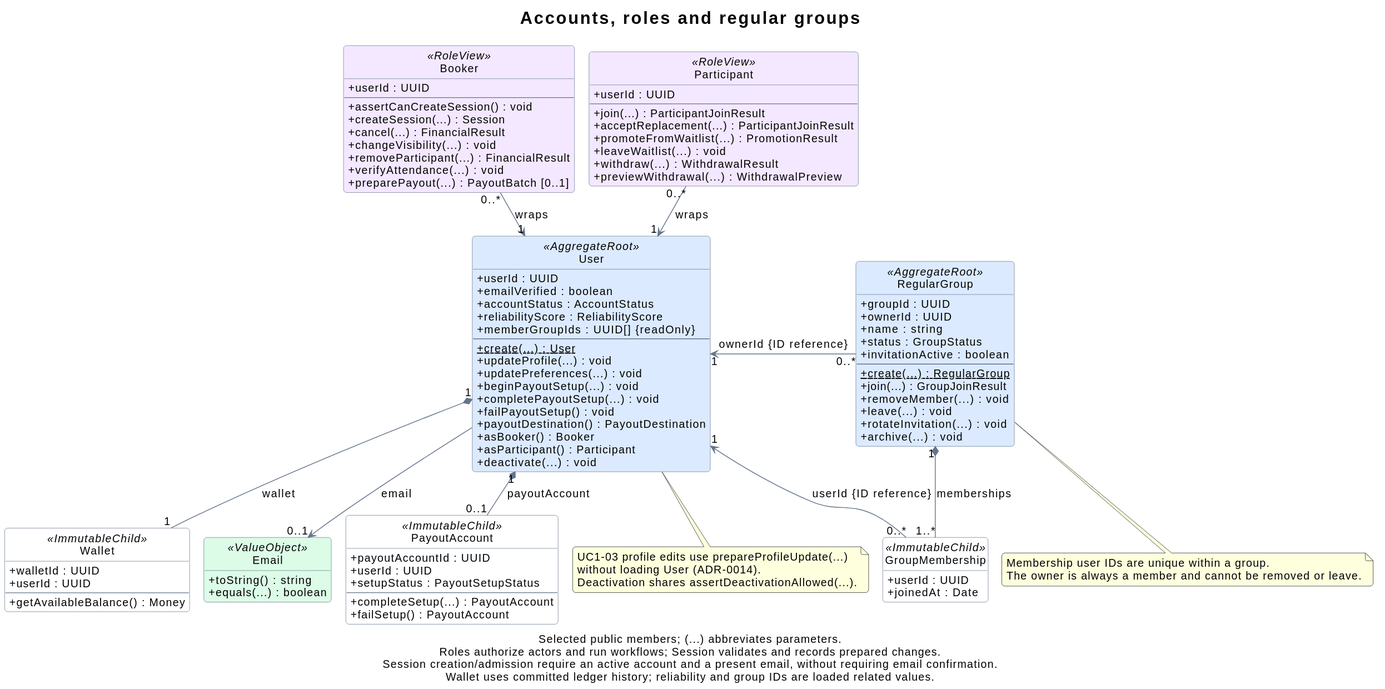
Above: docs/assets/domain-accounts.svg in liang799/booking-web-manager (PlantUML), before the change. The source it was exported from:
```plantuml
@startuml
title Accounts, roles and regular groups

top to bottom direction
hide empty members
hide circle
skinparam backgroundColor #FFFFFF
skinparam shadowing false
skinparam roundcorner 8
skinparam defaultFontName SansSerif
skinparam defaultFontSize 14
skinparam titleFontSize 22
skinparam ArrowColor #64748B
skinparam classBorderColor #64748B
skinparam classBackgroundColor #FFFFFF
skinparam classBackgroundColor<<AggregateRoot>> #DBEAFE
skinparam classBackgroundColor<<ValueObject>> #DCFCE7
skinparam classBackgroundColor<<RoleView>> #F3E8FF
skinparam classAttributeIconSize 0
skinparam linetype polyline
skinparam nodesep 35
skinparam ranksep 40

class Booker <<RoleView>> {
  +userId : UUID
  --
  +assertCanCreateSession() : void
  +createSession(...) : Session
  +cancel(...) : FinancialResult
  +changeVisibility(...) : void
  +removeParticipant(...) : FinancialResult
  +verifyAttendance(...) : void
  +preparePayout(...) : PayoutBatch [0..1]
}

class Participant <<RoleView>> {
  +userId : UUID
  --
  +join(...) : ParticipantJoinResult
  +acceptReplacement(...) : ParticipantJoinResult
  +promoteFromWaitlist(...) : PromotionResult
  +leaveWaitlist(...) : void
  +withdraw(...) : WithdrawalResult
  +previewWithdrawal(...) : WithdrawalPreview
}

class User <<AggregateRoot>> {
  +userId : UUID
  +emailVerified : boolean
  +accountStatus : AccountStatus
  +reliabilityScore : ReliabilityScore
  +memberGroupIds : UUID[] {readOnly}
  --
  {static} +create(...) : User
  +updateProfile(...) : void
  +updatePreferences(...) : void
  +beginPayoutSetup(...) : void
  +completePayoutSetup(...) : void
  +failPayoutSetup() : void
  +payoutDestination() : PayoutDestination
  +asBooker() : Booker
  +asParticipant() : Participant
  +deactivate(...) : void
}

class Wallet <<ImmutableChild>> {
  +walletId : UUID
  +userId : UUID
  --
  +getAvailableBalance() : Money
}

class Email <<ValueObject>> {
  +toString() : string
  +equals(...) : boolean
}

class PayoutAccount <<ImmutableChild>> {
  +payoutAccountId : UUID
  +userId : UUID
  +setupStatus : PayoutSetupStatus
  --
  +completeSetup(...) : PayoutAccount
  +failSetup() : PayoutAccount
}

class RegularGroup <<AggregateRoot>> {
  +groupId : UUID
  +ownerId : UUID
  +name : string
  +status : GroupStatus
  +invitationActive : boolean
  --
  {static} +create(...) : RegularGroup
  +join(...) : GroupJoinResult
  +removeMember(...) : void
  +leave(...) : void
  +rotateInvitation(...) : void
  +archive(...) : void
}

class GroupMembership <<ImmutableChild>> {
  +userId : UUID
  +joinedAt : Date
}

Booker "0..*" -down-> "1" User : wraps
Participant "0..*" -down-> "1" User : wraps
User "1" *-down- "1" Wallet : wallet
User "1" *-down- "0..1" PayoutAccount : payoutAccount
User -down-> "0..1" Email : email
RegularGroup "1" *-down- "1..*" GroupMembership : memberships
RegularGroup "0..*" -left-> "1" User : ownerId {ID reference}
GroupMembership "0..*" -left-> "1" User : userId {ID reference}

note bottom of RegularGroup
  Membership user IDs are unique within a group.
  The owner is always a member and cannot be removed or leave.
end note

note bottom of User
  UC1-03 profile edits use prepareProfileUpdate(...)
  without loading User (ADR-0014).
  Deactivation shares assertDeactivationAllowed(...).
end note

User -[hidden]right- RegularGroup
Wallet -[hidden]right- Email
Email -[hidden]right- PayoutAccount

caption Selected public members; (...) abbreviates parameters.\nRoles authorize actors and run workflows; Session validates and records prepared changes.\nSession creation/admission require an active account and a present email, without requiring email confirmation.\nWallet uses committed ledger history; reliability and group IDs are loaded related values.
@enduml
```
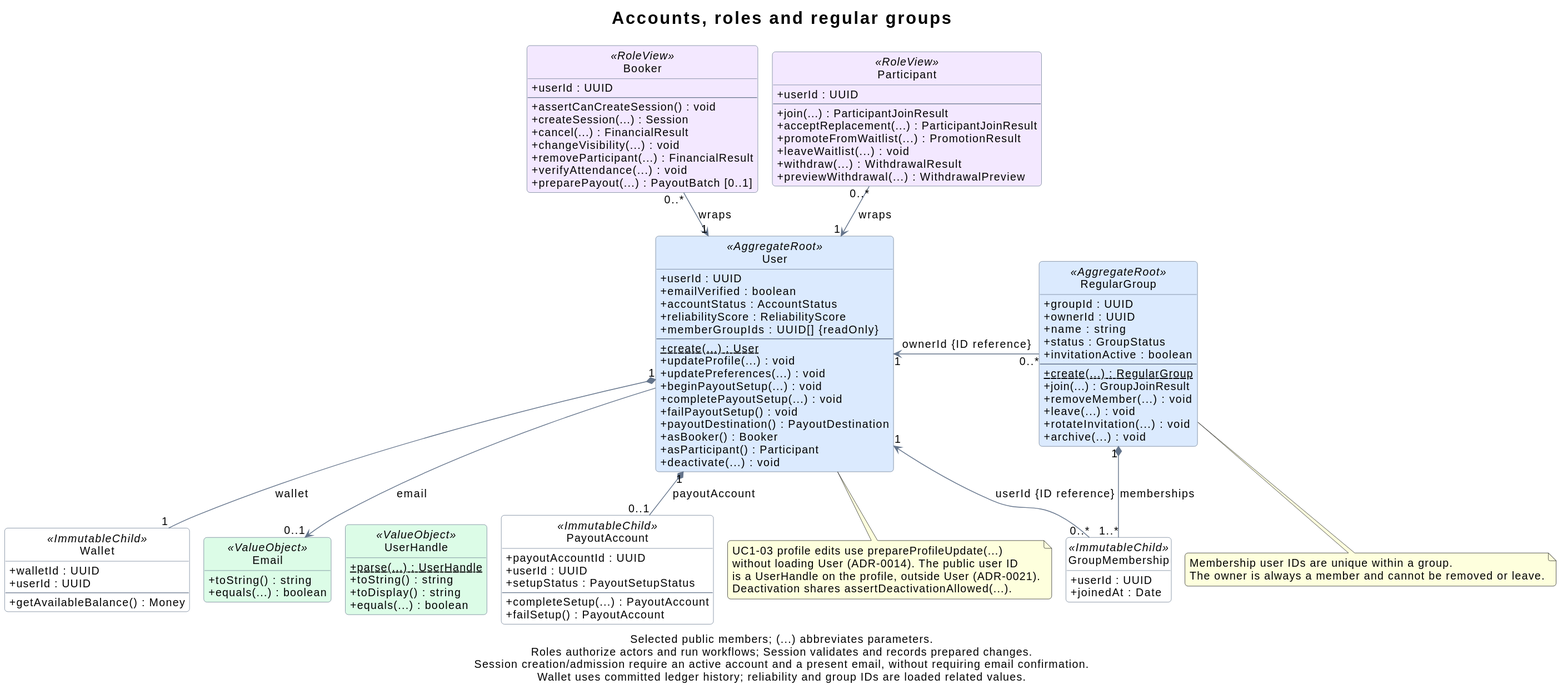
After the change.

The edit, as a diff of the source:
```diff
@@ -75,6 +75,13 @@
   +equals(...) : boolean
 }
 
+class UserHandle <<ValueObject>> {
+  {static} +parse(...) : UserHandle
+  +toString() : string
+  +toDisplay() : string
+  +equals(...) : boolean
+}
+
 class PayoutAccount <<ImmutableChild>> {
   +payoutAccountId : UUID
   +userId : UUID
@@ -120,13 +127,15 @@
 
 note bottom of User
   UC1-03 profile edits use prepareProfileUpdate(...)
-  without loading User (ADR-0014).
+  without loading User (ADR-0014). The public user ID
+  is a UserHandle on the profile, outside User (ADR-0021).
   Deactivation shares assertDeactivationAllowed(...).
 end note
 
 User -[hidden]right- RegularGroup
 Wallet -[hidden]right- Email
-Email -[hidden]right- PayoutAccount
+Email -[hidden]right- UserHandle
+UserHandle -[hidden]right- PayoutAccount
 
 caption Selected public members; (...) abbreviates parameters.\nRoles authorize actors and run workflows; Session validates and records prepared changes.\nSession creation/admission require an active account and a present email, without requiring email confirmation.\nWallet uses committed ledger history; reliability and group IDs are loaded related values.
 @enduml
```
